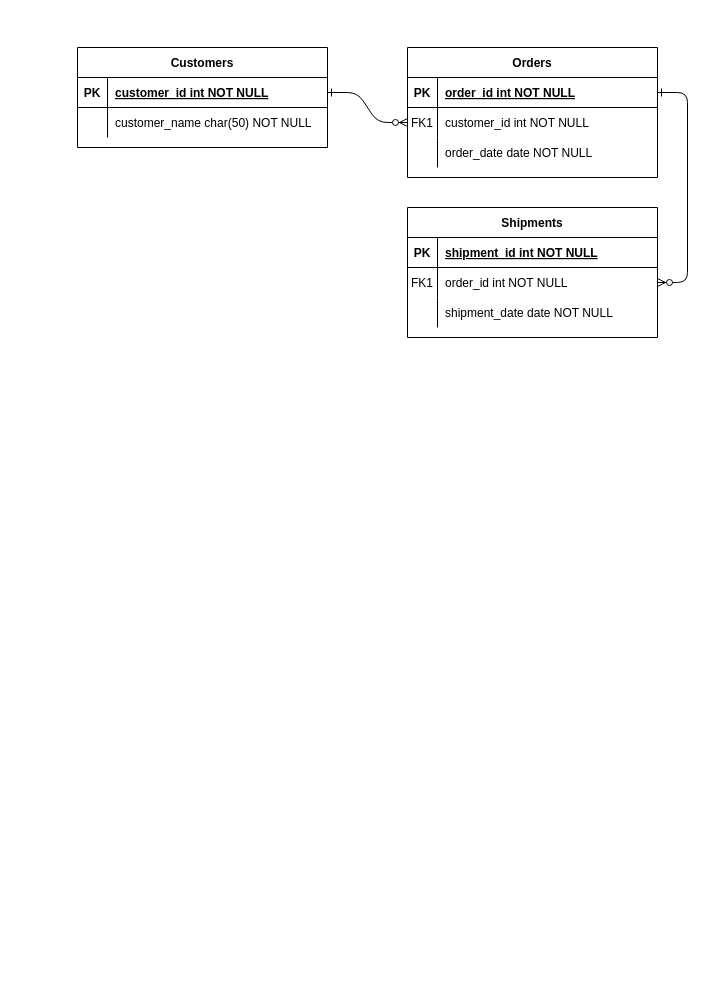
Earlier version of the draw.io diagram Untitled Diagram.drawio (Will-Blanton/CSE_3241_Project). Source tidied: cells renumbered, new cells numbered last; positions are measured from the earlier drawing's top-left corner, leaving out a move shared by most shapes. Both pictures are drawn from the tidied source at 100%, with x=0, y=0 at pixel (77, 47).
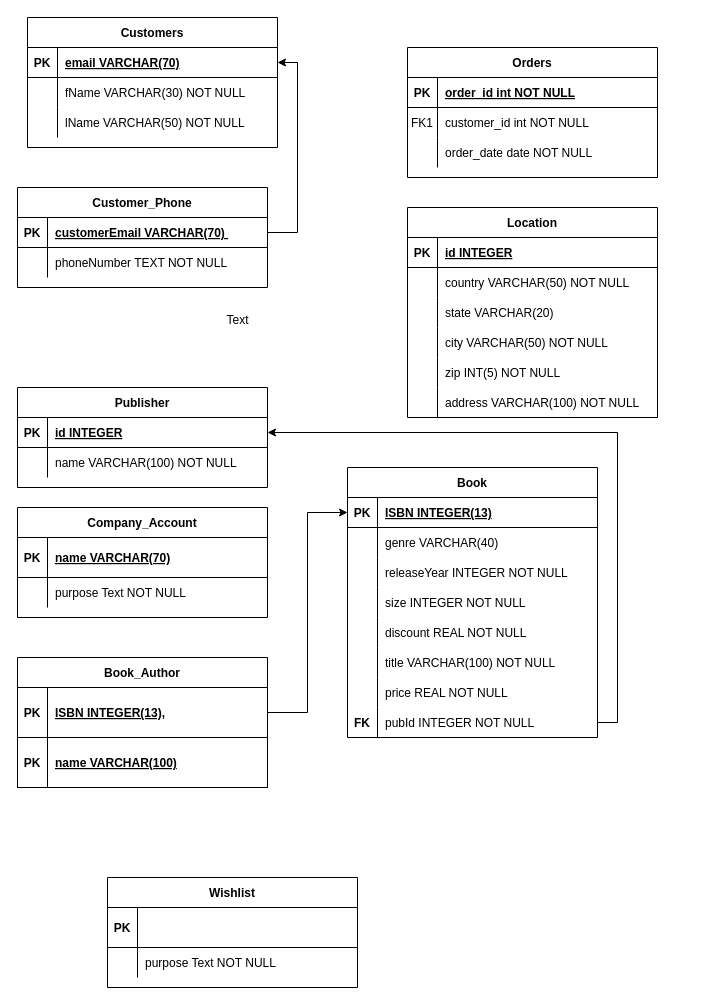
The same page after the edit.

Unchanged cells that the change refers to:
```xml
<mxCell id="5" style="shape=partialRectangle;fillColor=none;points=[[0,0.5],[1,0.5]];portConstraint=eastwest;top=0;left=0;right=0;bottom=1;" parent="4" vertex="1">
  <mxGeometry y="30" width="250" height="30" as="geometry" />
</mxCell>
<mxCell id="8" style="shape=partialRectangle;fillColor=none;points=[[0,0.5],[1,0.5]];portConstraint=eastwest;top=0;left=0;right=0;bottom=0;" parent="4" vertex="1">
  <mxGeometry y="60" width="250" height="30" as="geometry" />
</mxCell>
<mxCell id="15" style="shape=partialRectangle;fillColor=none;top=0;left=0;right=0;bottom=1;" parent="14" vertex="1">
  <mxGeometry y="30" width="250" height="30" as="geometry" />
</mxCell>
<mxCell id="18" style="shape=partialRectangle;fillColor=none;points=[[0,0.5],[1,0.5]];portConstraint=eastwest;top=0;left=0;right=0;bottom=0;" parent="14" vertex="1">
  <mxGeometry y="60" width="250" height="30" as="geometry" />
</mxCell>
<mxCell id="21" style="shape=partialRectangle;fillColor=none;top=0;left=0;right=0;bottom=0;" parent="14" vertex="1">
  <mxGeometry y="90" width="250" height="30" as="geometry" />
</mxCell>
<mxCell id="25" style="shape=partialRectangle;fillColor=none;points=[[0,0.5],[1,0.5]];portConstraint=eastwest;top=0;left=0;right=0;bottom=1;" parent="24" vertex="1">
  <mxGeometry y="30" width="250" height="30" as="geometry" />
</mxCell>
<mxCell id="28" style="shape=partialRectangle;fillColor=none;top=0;left=0;right=0;bottom=0;" parent="24" vertex="1">
  <mxGeometry y="60" width="250" height="30" as="geometry" />
</mxCell>
```

What changed in the source:
```diff
@@
-    <mxCell id="2" style="edgeStyle=entityRelationEdgeStyle;endArrow=ERzeroToMany;startArrow=ERone;endFill=1;startFill=0;" parent="1" edge="1" source="25" target="8">
-      <mxGeometry relative="1" as="geometry" />
-    </mxCell>
-    <mxCell id="3" style="edgeStyle=entityRelationEdgeStyle;endArrow=ERzeroToMany;startArrow=ERone;endFill=1;startFill=0;" parent="1" edge="1" source="5" target="18">
-      <mxGeometry relative="1" as="geometry" />
-    </mxCell>
@@
-    <mxCell id="14" value="Shipments" style="shape=table;startSize=30;childLayout=tableLayout;rowLines=0;fontStyle=1;align=center;" parent="1" vertex="1">
-      <mxGeometry x="330" y="160" width="250" height="130" as="geometry" />
+    <mxCell id="14" value="Location" style="shape=table;startSize=30;childLayout=tableLayout;rowLines=0;fontStyle=1;align=center;" parent="1" vertex="1">
+      <mxGeometry x="330" y="160" width="250" height="210" as="geometry" />
     </mxCell>
@@
-    <mxCell id="17" value="shipment_id int NOT NULL " style="shape=partialRectangle;overflow=hidden;fillColor=none;top=0;left=0;bottom=0;right=0;align=left;spacingLeft=6;fontStyle=5;" parent="15" vertex="1">
+    <mxCell id="17" value="id INTEGER" style="shape=partialRectangle;overflow=hidden;fillColor=none;top=0;left=0;bottom=0;right=0;align=left;spacingLeft=6;fontStyle=5;" parent="15" vertex="1">
       <mxGeometry x="30" width="220" height="30" as="geometry" />
     </mxCell>
@@
-    <mxCell id="19" value="FK1" style="shape=partialRectangle;overflow=hidden;fillColor=none;top=0;left=0;bottom=0;right=0;" parent="18" vertex="1">
+    <mxCell id="19" style="shape=partialRectangle;overflow=hidden;fillColor=none;top=0;left=0;bottom=0;right=0;" parent="18" vertex="1">
       <mxGeometry width="30" height="30" as="geometry" />
     </mxCell>
-    <mxCell id="20" value="order_id int NOT NULL" style="shape=partialRectangle;overflow=hidden;fillColor=none;top=0;left=0;bottom=0;right=0;align=left;spacingLeft=6;" parent="18" vertex="1">
+    <mxCell id="20" value="country VARCHAR(50) NOT NULL" style="shape=partialRectangle;overflow=hidden;fillColor=none;top=0;left=0;bottom=0;right=0;align=left;spacingLeft=6;" parent="18" vertex="1">
       <mxGeometry x="30" width="220" height="30" as="geometry" />
     </mxCell>
@@
-    <mxCell id="23" value="shipment_date date NOT NULL" style="shape=partialRectangle;overflow=hidden;fillColor=none;top=0;left=0;bottom=0;right=0;align=left;spacingLeft=6;" parent="21" vertex="1">
+    <mxCell id="23" value="state VARCHAR(20)" style="shape=partialRectangle;overflow=hidden;fillColor=none;top=0;left=0;bottom=0;right=0;align=left;spacingLeft=6;" parent="21" vertex="1">
       <mxGeometry x="30" width="220" height="30" as="geometry" />
     </mxCell>
+    <mxCell id="31" style="shape=partialRectangle;fillColor=none;top=0;left=0;right=0;bottom=0;" parent="14" vertex="1">
+      <mxGeometry y="120" width="250" height="30" as="geometry" />
+    </mxCell>
+    <mxCell id="32" style="shape=partialRectangle;overflow=hidden;fillColor=none;top=0;left=0;bottom=0;right=0;" parent="31" vertex="1">
+      <mxGeometry width="30" height="30" as="geometry" />
+    </mxCell>
+    <mxCell id="33" value="city VARCHAR(50) NOT NULL" style="shape=partialRectangle;overflow=hidden;fillColor=none;top=0;left=0;bottom=0;right=0;align=left;spacingLeft=6;" parent="31" vertex="1">
+      <mxGeometry x="30" width="220" height="30" as="geometry" />
+    </mxCell>
+    <mxCell id="34" style="shape=partialRectangle;fillColor=none;top=0;left=0;right=0;bottom=0;" parent="14" vertex="1">
+      <mxGeometry y="150" width="250" height="30" as="geometry" />
+    </mxCell>
+    <mxCell id="35" style="shape=partialRectangle;overflow=hidden;fillColor=none;top=0;left=0;bottom=0;right=0;" parent="34" vertex="1">
+      <mxGeometry width="30" height="30" as="geometry" />
+    </mxCell>
+    <mxCell id="36" value="zip INT(5) NOT NULL" style="shape=partialRectangle;overflow=hidden;fillColor=none;top=0;left=0;bottom=0;right=0;align=left;spacingLeft=6;" parent="34" vertex="1">
+      <mxGeometry x="30" width="220" height="30" as="geometry" />
+    </mxCell>
+    <mxCell id="37" style="shape=partialRectangle;fillColor=none;top=0;left=0;right=0;bottom=0;" parent="14" vertex="1">
+      <mxGeometry y="180" width="250" height="30" as="geometry" />
+    </mxCell>
+    <mxCell id="38" style="shape=partialRectangle;overflow=hidden;fillColor=none;top=0;left=0;bottom=0;right=0;" parent="37" vertex="1">
+      <mxGeometry width="30" height="30" as="geometry" />
+    </mxCell>
+    <mxCell id="39" value="address VARCHAR(100) NOT NULL" style="shape=partialRectangle;overflow=hidden;fillColor=none;top=0;left=0;bottom=0;right=0;align=left;spacingLeft=6;" parent="37" vertex="1">
+      <mxGeometry x="30" width="220" height="30" as="geometry" />
+    </mxCell>
     <mxCell id="24" value="Customers" style="shape=table;startSize=30;childLayout=tableLayout;rowLines=0;fontStyle=1;align=center;" parent="1" vertex="1">
-      <mxGeometry width="250" height="100" as="geometry" />
+      <mxGeometry x="-50" y="-30" width="250" height="130" as="geometry" />
     </mxCell>
@@
-    <mxCell id="27" value="customer_id int NOT NULL " style="shape=partialRectangle;overflow=hidden;fillColor=none;top=0;left=0;bottom=0;right=0;align=left;spacingLeft=6;fontStyle=5;" parent="25" vertex="1">
+    <mxCell id="27" value="email VARCHAR(70) " style="shape=partialRectangle;overflow=hidden;fillColor=none;top=0;left=0;bottom=0;right=0;align=left;spacingLeft=6;fontStyle=5;" parent="25" vertex="1">
       <mxGeometry x="30" width="220" height="30" as="geometry" />
     </mxCell>
@@
-    <mxCell id="30" value="customer_name char(50) NOT NULL" style="shape=partialRectangle;overflow=hidden;fillColor=none;top=0;left=0;bottom=0;right=0;align=left;spacingLeft=6;" parent="28" vertex="1">
+    <mxCell id="30" value="fName VARCHAR(30) NOT NULL" style="shape=partialRectangle;overflow=hidden;fillColor=none;top=0;left=0;bottom=0;right=0;align=left;spacingLeft=6;" parent="28" vertex="1">
       <mxGeometry x="30" width="220" height="30" as="geometry" />
     </mxCell>
+    <mxCell id="40" style="shape=partialRectangle;fillColor=none;top=0;left=0;right=0;bottom=0;" parent="24" vertex="1">
+      <mxGeometry y="90" width="250" height="30" as="geometry" />
+    </mxCell>
+    <mxCell id="41" style="shape=partialRectangle;overflow=hidden;fillColor=none;top=0;left=0;bottom=0;right=0;" parent="40" vertex="1">
+      <mxGeometry width="30" height="30" as="geometry" />
+    </mxCell>
+    <mxCell id="42" value="lName VARCHAR(50) NOT NULL" style="shape=partialRectangle;overflow=hidden;fillColor=none;top=0;left=0;bottom=0;right=0;align=left;spacingLeft=6;" parent="40" vertex="1">
+      <mxGeometry x="30" width="220" height="30" as="geometry" />
+    </mxCell>
+    <mxCell id="43" value="Company_Account" style="shape=table;startSize=30;childLayout=tableLayout;rowLines=0;fontStyle=1;align=center;" parent="1" vertex="1">
+      <mxGeometry x="-60" y="460" width="250" height="110" as="geometry" />
+    </mxCell>
+    <mxCell id="44" style="shape=partialRectangle;fillColor=none;top=0;left=0;right=0;bottom=1;" parent="43" vertex="1">
+      <mxGeometry y="30" width="250" height="40" as="geometry" />
+    </mxCell>
+    <mxCell id="45" value="PK" style="shape=partialRectangle;overflow=hidden;fillColor=none;top=0;left=0;bottom=0;right=0;fontStyle=1;" parent="44" vertex="1">
+      <mxGeometry width="30" height="40" as="geometry" />
+    </mxCell>
+    <mxCell id="46" value="name VARCHAR(70)" style="shape=partialRectangle;overflow=hidden;fillColor=none;top=0;left=0;bottom=0;right=0;align=left;spacingLeft=6;fontStyle=5;" parent="44" vertex="1">
+      <mxGeometry x="30" width="220" height="40" as="geometry" />
+    </mxCell>
+    <mxCell id="47" style="shape=partialRectangle;fillColor=none;top=0;left=0;right=0;bottom=0;" parent="43" vertex="1">
+      <mxGeometry y="70" width="250" height="30" as="geometry" />
+    </mxCell>
+    <mxCell id="48" style="shape=partialRectangle;overflow=hidden;fillColor=none;top=0;left=0;bottom=0;right=0;" parent="47" vertex="1">
+      <mxGeometry width="30" height="30" as="geometry" />
+    </mxCell>
+    <mxCell id="49" value="purpose Text NOT NULL" style="shape=partialRectangle;overflow=hidden;fillColor=none;top=0;left=0;bottom=0;right=0;align=left;spacingLeft=6;" parent="47" vertex="1">
+      <mxGeometry x="30" width="220" height="30" as="geometry" />
+    </mxCell>
+    <mxCell id="50" value="Customer_Phone" style="shape=table;startSize=30;childLayout=tableLayout;rowLines=0;fontStyle=1;align=center;" parent="1" vertex="1">
+      <mxGeometry x="-60" y="140" width="250" height="100" as="geometry" />
+    </mxCell>
+    <mxCell id="51" style="shape=partialRectangle;fillColor=none;points=[[0,0.5],[1,0.5]];portConstraint=eastwest;top=0;left=0;right=0;bottom=1;" parent="50" vertex="1">
+      <mxGeometry y="30" width="250" height="30" as="geometry" />
+    </mxCell>
+    <mxCell id="52" value="PK" style="shape=partialRectangle;overflow=hidden;fillColor=none;top=0;left=0;bottom=0;right=0;fontStyle=1;" parent="51" vertex="1">
+      <mxGeometry width="30" height="30" as="geometry" />
+    </mxCell>
+    <mxCell id="53" value="customerEmail VARCHAR(70) " style="shape=partialRectangle;overflow=hidden;fillColor=none;top=0;left=0;bottom=0;right=0;align=left;spacingLeft=6;fontStyle=5;" parent="51" vertex="1">
+      <mxGeometry x="30" width="220" height="30" as="geometry" />
+    </mxCell>
+    <mxCell id="54" style="shape=partialRectangle;fillColor=none;top=0;left=0;right=0;bottom=0;" parent="50" vertex="1">
+      <mxGeometry y="60" width="250" height="30" as="geometry" />
+    </mxCell>
+    <mxCell id="55" style="shape=partialRectangle;overflow=hidden;fillColor=none;top=0;left=0;bottom=0;right=0;" parent="54" vertex="1">
+      <mxGeometry width="30" height="30" as="geometry" />
+    </mxCell>
+    <mxCell id="56" value="phoneNumber TEXT NOT NULL" style="shape=partialRectangle;overflow=hidden;fillColor=none;top=0;left=0;bottom=0;right=0;align=left;spacingLeft=6;" parent="54" vertex="1">
+      <mxGeometry x="30" width="220" height="30" as="geometry" />
+    </mxCell>
+    <mxCell id="57" value="Publisher" style="shape=table;startSize=30;childLayout=tableLayout;rowLines=0;fontStyle=1;align=center;" parent="1" vertex="1">
+      <mxGeometry x="-60" y="340" width="250" height="100" as="geometry" />
+    </mxCell>
+    <mxCell id="58" style="shape=partialRectangle;fillColor=none;points=[[0,0.5],[1,0.5]];portConstraint=eastwest;top=0;left=0;right=0;bottom=1;" parent="57" vertex="1">
+      <mxGeometry y="30" width="250" height="30" as="geometry" />
+    </mxCell>
+    <mxCell id="59" value="PK" style="shape=partialRectangle;overflow=hidden;fillColor=none;top=0;left=0;bottom=0;right=0;fontStyle=1;" parent="58" vertex="1">
+      <mxGeometry width="30" height="30" as="geometry" />
+    </mxCell>
+    <mxCell id="60" value="id INTEGER" style="shape=partialRectangle;overflow=hidden;fillColor=none;top=0;left=0;bottom=0;right=0;align=left;spacingLeft=6;fontStyle=5;" parent="58" vertex="1">
+      <mxGeometry x="30" width="220" height="30" as="geometry" />
+    </mxCell>
+    <mxCell id="61" style="shape=partialRectangle;fillColor=none;top=0;left=0;right=0;bottom=0;" parent="57" vertex="1">
+      <mxGeometry y="60" width="250" height="30" as="geometry" />
+    </mxCell>
+    <mxCell id="62" style="shape=partialRectangle;overflow=hidden;fillColor=none;top=0;left=0;bottom=0;right=0;" parent="61" vertex="1">
+      <mxGeometry width="30" height="30" as="geometry" />
+    </mxCell>
+    <mxCell id="63" value="name VARCHAR(100) NOT NULL" style="shape=partialRectangle;overflow=hidden;fillColor=none;top=0;left=0;bottom=0;right=0;align=left;spacingLeft=6;" parent="61" vertex="1">
+      <mxGeometry x="30" width="220" height="30" as="geometry" />
+    </mxCell>
+    <mxCell id="64" style="edgeStyle=orthogonalEdgeStyle;rounded=0;jettySize=auto;html=1;exitX=1;exitY=0.5;exitDx=0;exitDy=0;entryX=1;entryY=0.5;entryDx=0;entryDy=0;" parent="1" edge="1" source="51" target="25">
+      <mxGeometry relative="1" as="geometry" />
+    </mxCell>
+    <mxCell id="65" value="Book" style="shape=table;startSize=30;childLayout=tableLayout;rowLines=0;fontStyle=1;align=center;" parent="1" vertex="1">
+      <mxGeometry x="270" y="420" width="250" height="270" as="geometry" />
+    </mxCell>
+    <mxCell id="66" style="shape=partialRectangle;fillColor=none;points=[[0,0.5],[1,0.5]];portConstraint=eastwest;top=0;left=0;right=0;bottom=1;" parent="65" vertex="1">
+      <mxGeometry y="30" width="250" height="30" as="geometry" />
+    </mxCell>
+    <mxCell id="67" value="PK" style="shape=partialRectangle;overflow=hidden;fillColor=none;top=0;left=0;bottom=0;right=0;fontStyle=1;" parent="66" vertex="1">
+      <mxGeometry width="30" height="30" as="geometry" />
+    </mxCell>
+    <mxCell id="68" value="ISBN INTEGER(13)" style="shape=partialRectangle;overflow=hidden;fillColor=none;top=0;left=0;bottom=0;right=0;align=left;spacingLeft=6;fontStyle=5;" parent="66" vertex="1">
+      <mxGeometry x="30" width="220" height="30" as="geometry" />
+    </mxCell>
+    <mxCell id="69" style="shape=partialRectangle;fillColor=none;top=0;left=0;right=0;bottom=0;" parent="65" vertex="1">
+      <mxGeometry y="60" width="250" height="30" as="geometry" />
+    </mxCell>
+    <mxCell id="70" style="shape=partialRectangle;overflow=hidden;fillColor=none;top=0;left=0;bottom=0;right=0;" parent="69" vertex="1">
+      <mxGeometry width="30" height="30" as="geometry" />
+    </mxCell>
+    <mxCell id="71" value="genre VARCHAR(40)" style="shape=partialRectangle;overflow=hidden;fillColor=none;top=0;left=0;bottom=0;right=0;align=left;spacingLeft=6;" parent="69" vertex="1">
+      <mxGeometry x="30" width="220" height="30" as="geometry" />
+    </mxCell>
+    <mxCell id="72" style="shape=partialRectangle;fillColor=none;top=0;left=0;right=0;bottom=0;" parent="65" vertex="1">
+      <mxGeometry y="90" width="250" height="30" as="geometry" />
+    </mxCell>
+    <mxCell id="73" style="shape=partialRectangle;overflow=hidden;fillColor=none;top=0;left=0;bottom=0;right=0;" parent="72" vertex="1">
+      <mxGeometry width="30" height="30" as="geometry" />
+    </mxCell>
+    <mxCell id="74" value="releaseYear INTEGER NOT NULL" style="shape=partialRectangle;overflow=hidden;fillColor=none;top=0;left=0;bottom=0;right=0;align=left;spacingLeft=6;" parent="72" vertex="1">
+      <mxGeometry x="30" width="220" height="30" as="geometry" />
+    </mxCell>
+    <mxCell id="75" style="shape=partialRectangle;fillColor=none;top=0;left=0;right=0;bottom=0;" parent="65" vertex="1">
+      <mxGeometry y="120" width="250" height="30" as="geometry" />
+    </mxCell>
+    <mxCell id="76" style="shape=partialRectangle;overflow=hidden;fillColor=none;top=0;left=0;bottom=0;right=0;" parent="75" vertex="1">
+      <mxGeometry width="30" height="30" as="geometry" />
+    </mxCell>
+    <mxCell id="77" value="size INTEGER NOT NULL" style="shape=partialRectangle;overflow=hidden;fillColor=none;top=0;left=0;bottom=0;right=0;align=left;spacingLeft=6;" parent="75" vertex="1">
+      <mxGeometry x="30" width="220" height="30" as="geometry" />
+    </mxCell>
+    <mxCell id="78" style="shape=partialRectangle;fillColor=none;top=0;left=0;right=0;bottom=0;" parent="65" vertex="1">
+      <mxGeometry y="150" width="250" height="30" as="geometry" />
+    </mxCell>
+    <mxCell id="79" style="shape=partialRectangle;overflow=hidden;fillColor=none;top=0;left=0;bottom=0;right=0;" parent="78" vertex="1">
+      <mxGeometry width="30" height="30" as="geometry" />
+    </mxCell>
+    <mxCell id="80" value="discount REAL NOT NULL" style="shape=partialRectangle;overflow=hidden;fillColor=none;top=0;left=0;bottom=0;right=0;align=left;spacingLeft=6;" parent="78" vertex="1">
+      <mxGeometry x="30" width="220" height="30" as="geometry" />
+    </mxCell>
+    <mxCell id="81" style="shape=partialRectangle;fillColor=none;top=0;left=0;right=0;bottom=0;" parent="65" vertex="1">
+      <mxGeometry y="180" width="250" height="30" as="geometry" />
+    </mxCell>
+    <mxCell id="82" style="shape=partialRectangle;overflow=hidden;fillColor=none;top=0;left=0;bottom=0;right=0;" parent="81" vertex="1">
+      <mxGeometry width="30" height="30" as="geometry" />
+    </mxCell>
+    <mxCell id="83" value="title VARCHAR(100) NOT NULL" style="shape=partialRectangle;overflow=hidden;fillColor=none;top=0;left=0;bottom=0;right=0;align=left;spacingLeft=6;" parent="81" vertex="1">
+      <mxGeometry x="30" width="220" height="30" as="geometry" />
+    </mxCell>
+    <mxCell id="84" style="shape=partialRectangle;fillColor=none;top=0;left=0;right=0;bottom=0;" parent="65" vertex="1">
+      <mxGeometry y="210" width="250" height="30" as="geometry" />
+    </mxCell>
+    <mxCell id="85" style="shape=partialRectangle;overflow=hidden;fillColor=none;top=0;left=0;bottom=0;right=0;" parent="84" vertex="1">
+      <mxGeometry width="30" height="30" as="geometry" />
+    </mxCell>
+    <mxCell id="86" value="price REAL NOT NULL" style="shape=partialRectangle;overflow=hidden;fillColor=none;top=0;left=0;bottom=0;right=0;align=left;spacingLeft=6;" parent="84" vertex="1">
+      <mxGeometry x="30" width="220" height="30" as="geometry" />
+    </mxCell>
+    <mxCell id="87" style="shape=partialRectangle;fillColor=none;points=[[0,0.5],[1,0.5]];portConstraint=eastwest;top=0;left=0;right=0;bottom=0;" parent="65" vertex="1">
+      <mxGeometry y="240" width="250" height="30" as="geometry" />
+    </mxCell>
+    <mxCell id="88" value="FK" style="shape=partialRectangle;overflow=hidden;fillColor=none;top=0;left=0;bottom=0;right=0;fontStyle=1;" parent="87" vertex="1">
+      <mxGeometry width="30" height="30" as="geometry" />
+    </mxCell>
+    <mxCell id="89" value="pubId INTEGER NOT NULL" style="shape=partialRectangle;overflow=hidden;fillColor=none;top=0;left=0;bottom=0;right=0;align=left;spacingLeft=6;" parent="87" vertex="1">
+      <mxGeometry x="30" width="220" height="30" as="geometry" />
+    </mxCell>
+    <mxCell id="90" style="edgeStyle=orthogonalEdgeStyle;rounded=0;jettySize=auto;html=1;exitX=1;exitY=0.5;exitDx=0;exitDy=0;entryX=1;entryY=0.5;entryDx=0;entryDy=0;" parent="1" edge="1" source="87" target="58">
+      <mxGeometry relative="1" as="geometry" />
+    </mxCell>
+    <mxCell id="91" value="Book_Author" style="shape=table;startSize=30;childLayout=tableLayout;rowLines=0;fontStyle=1;align=center;" parent="1" vertex="1">
+      <mxGeometry x="-60" y="610" width="250" height="130" as="geometry" />
+    </mxCell>
+    <mxCell id="92" style="shape=partialRectangle;fillColor=none;points=[[0,0.5],[1,0.5]];portConstraint=eastwest;top=0;left=0;right=0;bottom=1;" parent="91" vertex="1">
+      <mxGeometry y="30" width="250" height="50" as="geometry" />
+    </mxCell>
+    <mxCell id="93" value="PK" style="shape=partialRectangle;overflow=hidden;fillColor=none;top=0;left=0;bottom=0;right=0;fontStyle=1;" parent="92" vertex="1">
+      <mxGeometry width="30" height="50" as="geometry" />
+    </mxCell>
+    <mxCell id="94" value="ISBN INTEGER(13)," style="shape=partialRectangle;overflow=hidden;fillColor=none;top=0;left=0;bottom=0;right=0;align=left;spacingLeft=6;fontStyle=5;" parent="92" vertex="1">
+      <mxGeometry x="30" width="220" height="50" as="geometry" />
+    </mxCell>
+    <mxCell id="95" style="shape=partialRectangle;fillColor=none;top=0;left=0;right=0;bottom=1;" parent="91" vertex="1">
+      <mxGeometry y="80" width="250" height="50" as="geometry" />
+    </mxCell>
+    <mxCell id="96" value="PK" style="shape=partialRectangle;overflow=hidden;fillColor=none;top=0;left=0;bottom=0;right=0;fontStyle=1;" parent="95" vertex="1">
+      <mxGeometry width="30" height="50" as="geometry" />
+    </mxCell>
+    <mxCell id="97" value="name VARCHAR(100)" style="shape=partialRectangle;overflow=hidden;fillColor=none;top=0;left=0;bottom=0;right=0;align=left;spacingLeft=6;fontStyle=5;" parent="95" vertex="1">
+      <mxGeometry x="30" width="220" height="50" as="geometry" />
+    </mxCell>
+    <mxCell id="98" style="edgeStyle=orthogonalEdgeStyle;rounded=0;jettySize=auto;html=1;entryX=0;entryY=0.5;entryDx=0;entryDy=0;" parent="1" edge="1" source="92" target="66">
+      <mxGeometry relative="1" as="geometry" />
+    </mxCell>
+    <mxCell id="99" value="Wishlist" style="shape=table;startSize=30;childLayout=tableLayout;rowLines=0;fontStyle=1;align=center;" parent="1" vertex="1">
+      <mxGeometry x="30" y="830" width="250" height="110" as="geometry" />
+    </mxCell>
+    <mxCell id="100" style="shape=partialRectangle;fillColor=none;top=0;left=0;right=0;bottom=1;" parent="99" vertex="1">
+      <mxGeometry y="30" width="250" height="40" as="geometry" />
+    </mxCell>
+    <mxCell id="101" value="PK" style="shape=partialRectangle;overflow=hidden;fillColor=none;top=0;left=0;bottom=0;right=0;fontStyle=1;" parent="100" vertex="1">
+      <mxGeometry width="30" height="40" as="geometry" />
+    </mxCell>
+    <mxCell id="102" style="shape=partialRectangle;overflow=hidden;fillColor=none;top=0;left=0;bottom=0;right=0;align=left;spacingLeft=6;fontStyle=5;" parent="100" vertex="1">
+      <mxGeometry x="30" width="220" height="40" as="geometry" />
+    </mxCell>
+    <mxCell id="103" style="shape=partialRectangle;fillColor=none;top=0;left=0;right=0;bottom=0;" parent="99" vertex="1">
+      <mxGeometry y="70" width="250" height="30" as="geometry" />
+    </mxCell>
+    <mxCell id="104" style="shape=partialRectangle;overflow=hidden;fillColor=none;top=0;left=0;bottom=0;right=0;" parent="103" vertex="1">
+      <mxGeometry width="30" height="30" as="geometry" />
+    </mxCell>
+    <mxCell id="105" value="purpose Text NOT NULL" style="shape=partialRectangle;overflow=hidden;fillColor=none;top=0;left=0;bottom=0;right=0;align=left;spacingLeft=6;" parent="103" vertex="1">
+      <mxGeometry x="30" width="220" height="30" as="geometry" />
+    </mxCell>
+    <mxCell id="106" value="Text" style="text;html=1;align=center;verticalAlign=middle;strokeColor=none;fillColor=none;" parent="1" vertex="1">
+      <mxGeometry x="135" y="258" width="50" height="30" as="geometry" />
+    </mxCell>
```
